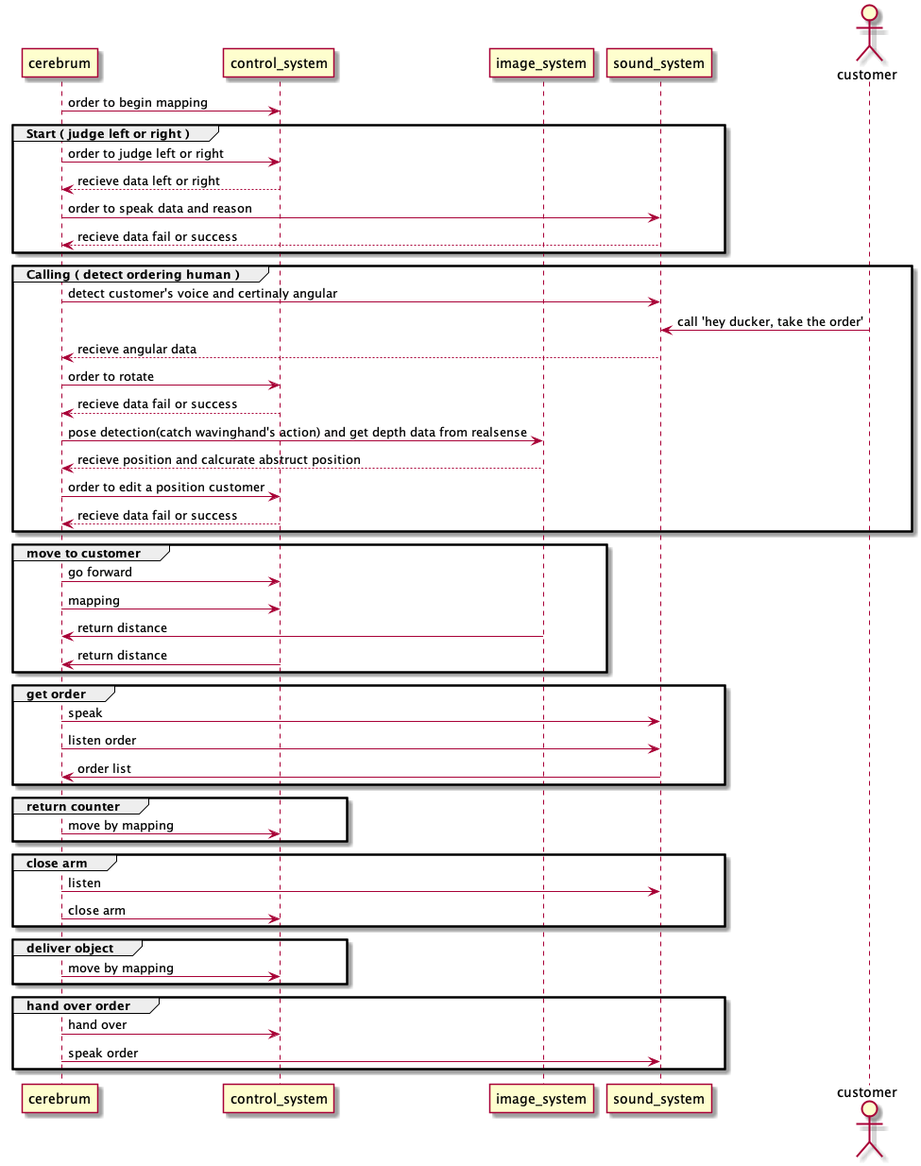
This is restaurant.png from rionehome/ros_restaurant, a PlantUML export, as it was before one commit.
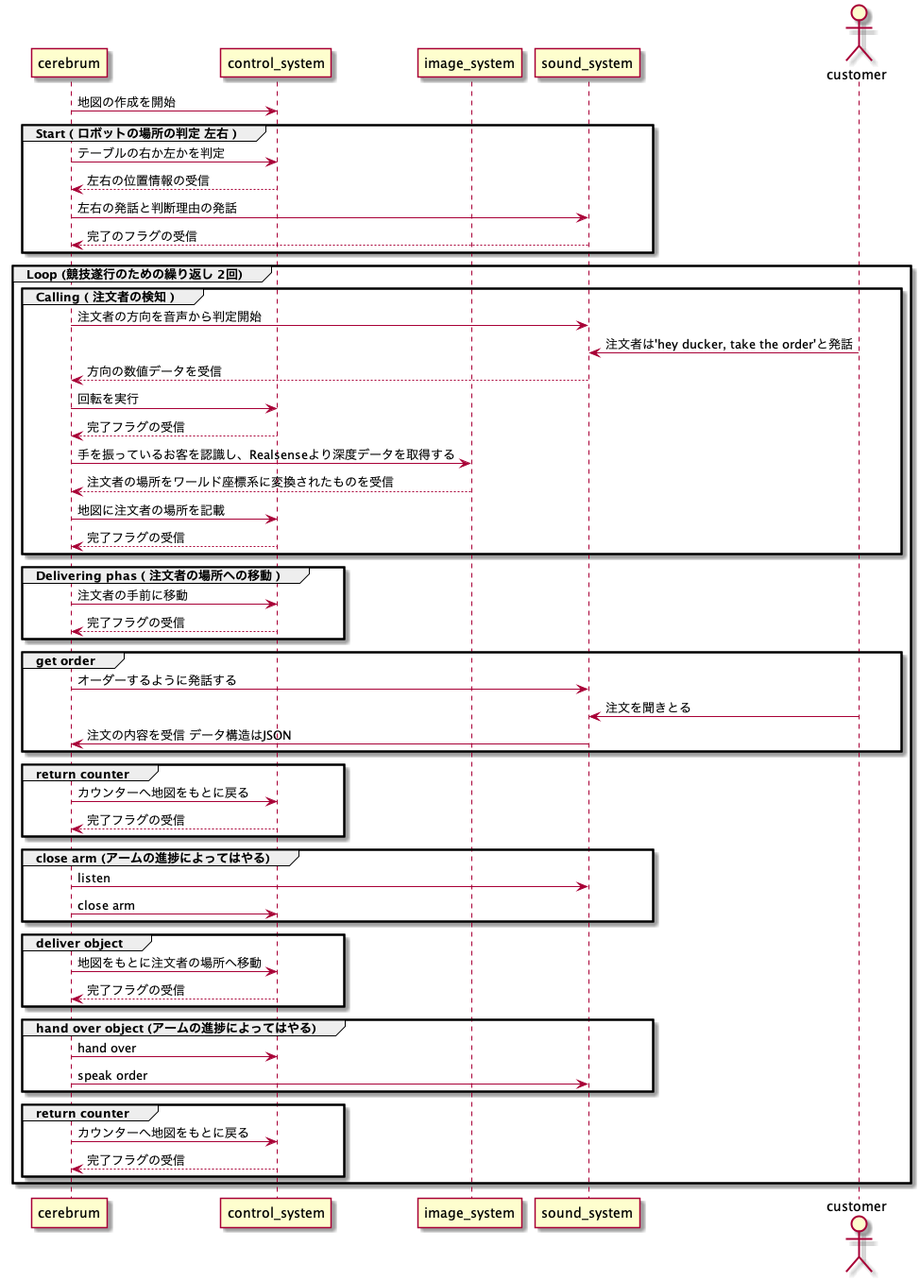
The same diagram one commit later.

Commit message:
restaurant競技遂行のためのシーケンス図作成

Change to the diagram source:
```diff
@@ -7,64 +7,65 @@
 actor customer
 
 
-cerebrum -> control_system: order to begin mapping
+cerebrum -> control_system: 地図の作成を開始
 
-group Start ( judge left or right )
-    cerebrum -> control_system: order to judge left or right
-    control_system --> cerebrum: recieve data left or right
-    cerebrum -> sound_system: order to speak data and reason
-    sound_system --> cerebrum: recieve data fail or success
+group Start ( ロボットの場所の判定 左右 )
+    cerebrum -> control_system: テーブルの右か左かを判定
+    control_system --> cerebrum: 左右の位置情報の受信
+    cerebrum -> sound_system: 左右の発話と判断理由の発話
+    sound_system --> cerebrum: 完了のフラグの受信
 end
 
+group Loop (競技遂行のための繰り返し 2回)
 
-group Calling ( detect ordering human )
-    cerebrum -> sound_system: detect customer's voice and certinaly angular
-    customer -> sound_system: call 'hey ducker, take the order'
-    sound_system --> cerebrum: recieve angular data
-    cerebrum -> control_system: order to rotate
-    control_system --> cerebrum: recieve data fail or success
-    cerebrum -> image_system: pose detection(catch wavinghand's action) and get depth data from realsense
-    image_system --> cerebrum: recieve position and calcurate abstruct position
-    cerebrum -> control_system: order to edit a position customer
-    control_system --> cerebrum: recieve data fail or success
+    group Calling ( 注文者の検知 )
+        cerebrum -> sound_system: 注文者の方向を音声から判定開始
+        customer -> sound_system: 注文者は'hey ducker, take the order'と発話
+        sound_system --> cerebrum: 方向の数値データを受信
+        cerebrum -> control_system: 回転を実行
+        control_system --> cerebrum: 完了フラグの受信
+        cerebrum -> image_system: 手を振っているお客を認識し、Realsenseより深度データを取得する
+        image_system --> cerebrum: 注文者の場所をワールド座標系に変換されたものを受信
+        cerebrum -> control_system: 地図に注文者の場所を記載
+        control_system --> cerebrum: 完了フラグの受信
+    end
+
+    group Delivering phas ( 注文者の場所への移動 )
+        cerebrum -> control_system: 注文者の手前に移動
+        control_system --> cerebrum: 完了フラグの受信
+    end
+
+    group get order
+        cerebrum -> sound_system: オーダーするように発話する
+        customer -> sound_system: 注文を聞きとる
+        sound_system -> cerebrum: 注文の内容を受信 データ構造はJSON
+    end
+
+    group return counter
+        cerebrum -> control_system: カウンターへ地図をもとに戻る
+        control_system --> cerebrum: 完了フラグの受信
+    end
+
+    group close arm (アームの進捗によってはやる)
+        cerebrum ->sound_system : listen
+        cerebrum ->control_system : close arm
+    end
+
+    group deliver object
+        cerebrum -> control_system: 地図をもとに注文者の場所へ移動
+        control_system --> cerebrum: 完了フラグの受信
+    end
+
+    group hand over object (アームの進捗によってはやる)
+        cerebrum -> control_system : hand over
+        cerebrum -> sound_system : speak order
+    end
+
+    group return counter
+        cerebrum -> control_system: カウンターへ地図をもとに戻る
+        control_system --> cerebrum: 完了フラグの受信
+    end
+
 end
 
-
-group move to customer
-    cerebrum -> control_system: go forward
-    cerebrum -> control_system: mapping
-    image_system -> cerebrum: return distance
-    control_system -> cerebrum: return distance
-end
-
-
-group get order
-    cerebrum -> sound_system: speak
-    cerebrum -> sound_system: listen order
-    sound_system -> cerebrum: order list
-end
-
-
-group return counter
-    cerebrum -> control_system :move by mapping
-end
-
-
-group close arm
-    cerebrum ->sound_system : listen
-    cerebrum ->control_system : close arm
-end
-
-
-group deliver object
-    cerebrum -> control_system :move by mapping
-end
-
-
-group hand over order
-    cerebrum -> control_system : hand over
-    cerebrum -> sound_system : speak order
-end
-
-
 @enduml
```
